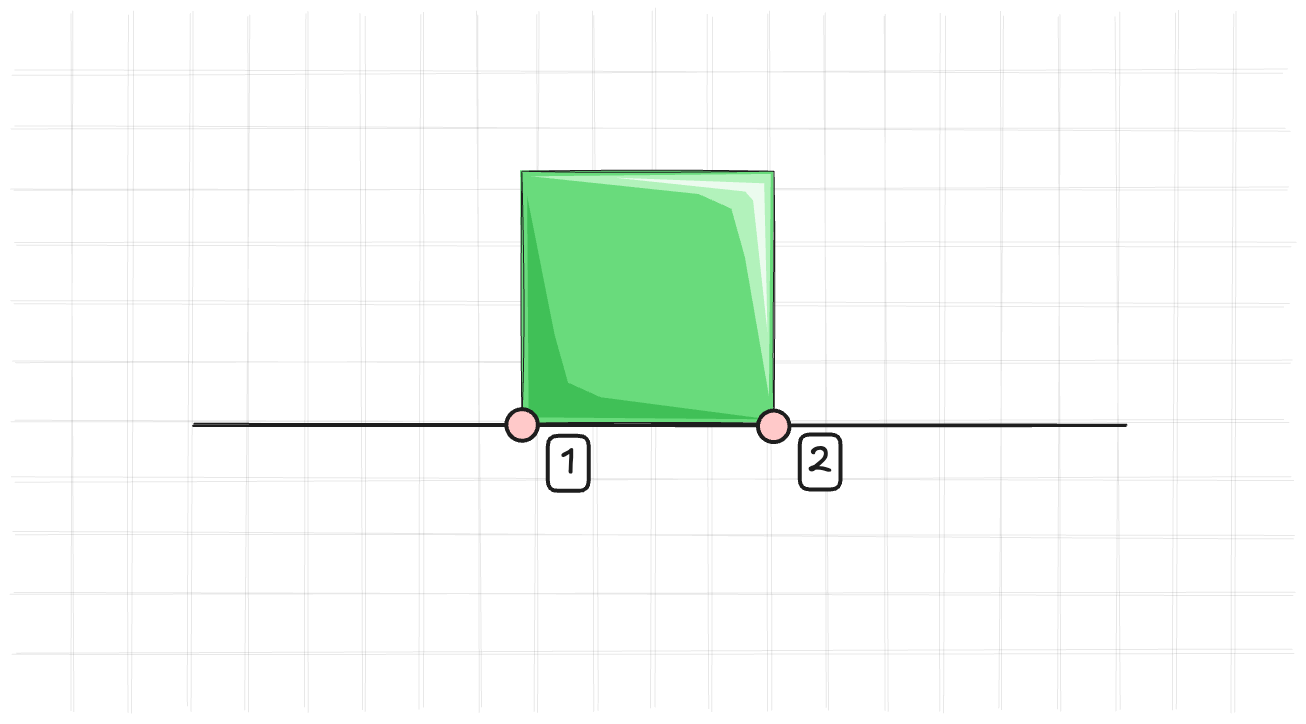
Above: assets/images/constraints/sequential_impulses/cube_on_ground_2.excalidraw.png in kozakromch/game_physics_2 (Excalidraw), before the change. Source tidied: one line per element, renumbered; positions are measured from the earlier drawing's top-left corner, leaving out a move shared by most shapes.
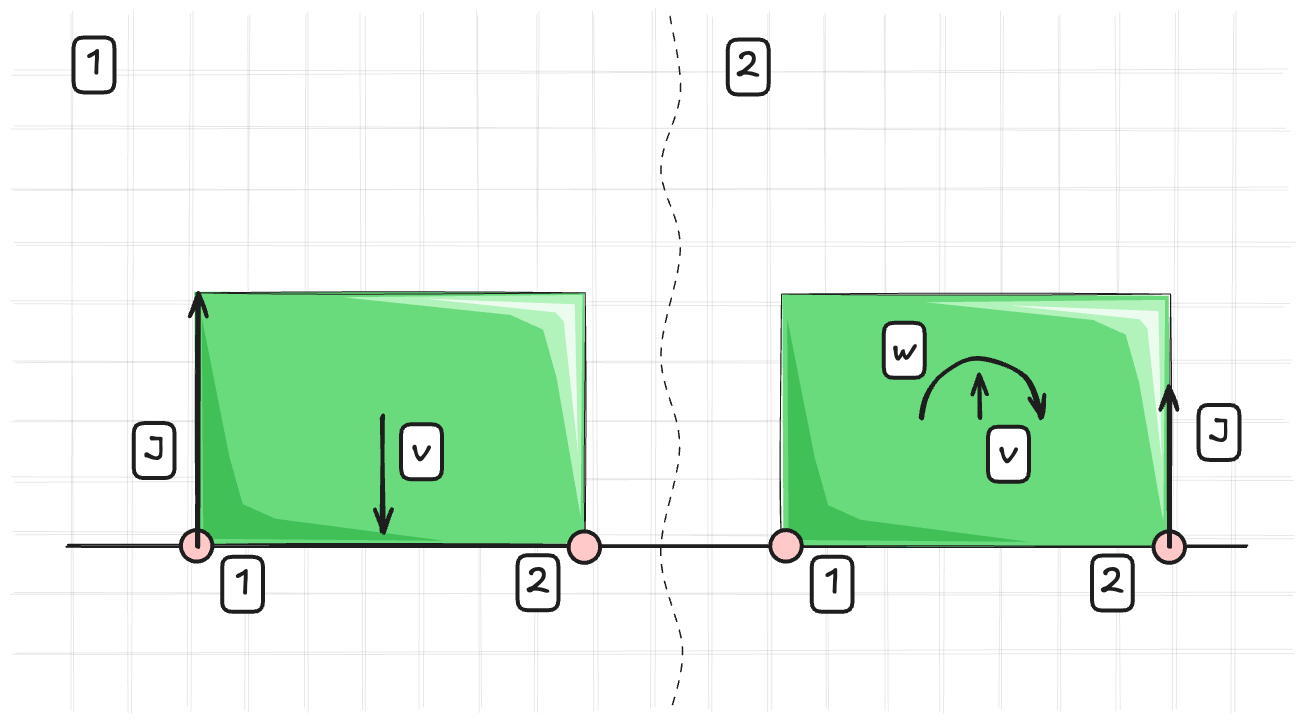
After the change.

Diff of the diagram source:
```diff
@@ -27,17 +27,47 @@
 {"id": 26, "type": "line", "strokeColor": "#1e1e1e", "angle": 1.57, "strokeWidth": 1, "roughness": 2, "opacity": 10, "round": true, "x": 813, "y": 291, "width": 697, "height": 0, "points": [[0, 0], [697, 0]]}
 {"id": 27, "type": "line", "strokeColor": "#1e1e1e", "angle": 1.57, "strokeWidth": 1, "roughness": 2, "opacity": 10, "round": true, "x": 1103, "y": 290, "width": 697, "height": 0, "points": [[0, 0], [697, 0]]}
 {"id": 28, "type": "line", "strokeColor": "#1e1e1e", "angle": 1.57, "strokeWidth": 1, "roughness": 2, "opacity": 10, "round": true, "x": 755, "y": 290, "width": 697, "height": 0, "points": [[0, 0], [697, 0]]}
-{"id": 29, "type": "line", "strokeColor": "#1e1e1e", "angle": 1.57, "strokeWidth": 1, "roughness": 2, "opacity": 10, "round": true, "x": 1045, "y": 291, "width": 697, "height": 0, "points": [[0, 0], [697, 0]]}
+{"id": 29, "type": "line", "strokeColor": "#1e1e1e", "angle": 1.57, "strokeWidth": 1, "roughness": 2, "opacity": 10, "round": true, "x": 1045, "y": 290, "width": 697, "height": 0, "points": [[0, 0], [697, 0]]}
 {"id": 30, "type": "line", "strokeColor": "#1e1e1e", "angle": 1.57, "strokeWidth": 1, "roughness": 2, "opacity": 10, "round": true, "x": 697, "y": 290, "width": 697, "height": 0, "points": [[0, 0], [697, 0]]}
 {"id": 31, "type": "line", "strokeColor": "#1e1e1e", "angle": 1.57, "strokeWidth": 1, "roughness": 2, "opacity": 10, "round": true, "x": 987, "y": 290, "width": 696, "height": 0, "points": [[0, 0], [696, 0]]}
-{"id": 32, "type": "line", "strokeColor": "#1e1e1e", "strokeWidth": 2, "roughness": 1, "round": true, "x": 470, "y": 353, "width": 933, "height": 0, "points": [[0, 0], [933, 0]]}
+{"id": 32, "type": "line", "strokeColor": "#1e1e1e", "strokeWidth": 2, "roughness": 1, "round": true, "x": 344, "y": 474, "width": 1180, "height": 0, "points": [[0, 0], [1180, 0]]}
-{"id": 33, "type": "rectangle", "strokeColor": "#1e1e1e", "backgroundColor": "#69db7c", "fillStyle": "solid", "strokeWidth": 1, "roughness": 1, "x": 798, "y": 100, "width": 252, "height": 252}
+{"id": 33, "type": "rectangle", "strokeColor": "#1e1e1e", "backgroundColor": "#69db7c", "fillStyle": "solid", "strokeWidth": 1, "roughness": 1, "x": 472, "y": 221, "width": 389, "height": 252}
-{"id": 34, "type": "line", "strokeColor": "transparent", "backgroundColor": "#b2f2bb", "fillStyle": "solid", "strokeWidth": 4, "roughness": 0, "x": 807, "y": 105, "width": 240, "height": 222, "points": [[0, 0], [240, -2], [238, 220], [214, 81], [200, 32], [168, 18], [0, 0]]}
+{"id": 34, "type": "line", "strokeColor": "transparent", "backgroundColor": "#b2f2bb", "fillStyle": "solid", "strokeWidth": 4, "roughness": 0, "x": 619, "y": 226, "width": 240, "height": 222, "points": [[0, 0], [240, -2], [238, 220], [214, 81], [200, 32], [168, 18], [0, 0]]}
-{"id": 35, "type": "line", "strokeColor": "transparent", "angle": 3.14, "backgroundColor": "#40c057", "fillStyle": "solid", "strokeWidth": 4, "roughness": 0, "x": 803, "y": 124, "width": 242, "height": 224, "points": [[0, 0], [241, 2], [242, 224], [215, 85], [201, 37], [169, 22], [0, 0]]}
+{"id": 35, "type": "line", "strokeColor": "transparent", "angle": 3.14, "backgroundColor": "#40c057", "fillStyle": "solid", "strokeWidth": 4, "roughness": 0, "x": 478, "y": 246, "width": 242, "height": 224, "points": [[0, 0], [241, 2], [242, 224], [215, 85], [201, 37], [169, 22], [0, 0]]}
-{"id": 36, "type": "line", "strokeColor": "transparent", "backgroundColor": "#ebfbee", "fillStyle": "solid", "strokeWidth": 4, "roughness": 0, "x": 891, "y": 106, "width": 153, "height": 154, "points": [[0, 0], [150, 6], [153, 154], [139, 23], [131, 14], [0, 0]]}
+{"id": 36, "type": "line", "strokeColor": "transparent", "backgroundColor": "#ebfbee", "fillStyle": "solid", "strokeWidth": 4, "roughness": 0, "x": 701, "y": 227, "width": 153, "height": 154, "points": [[0, 0], [150, 6], [153, 154], [139, 23], [131, 14], [0, 0]]}
-{"id": 37, "type": "ellipse", "strokeColor": "#1e1e1e", "backgroundColor": "#ffc9c9", "fillStyle": "solid", "strokeWidth": 4, "roughness": 0, "x": 783, "y": 338, "width": 32, "height": 32}
+{"id": 37, "type": "ellipse", "strokeColor": "#1e1e1e", "backgroundColor": "#ffc9c9", "fillStyle": "solid", "strokeWidth": 4, "roughness": 0, "x": 457, "y": 458, "width": 32, "height": 32}
-{"id": 38, "type": "ellipse", "strokeColor": "#1e1e1e", "backgroundColor": "#ffc9c9", "fillStyle": "solid", "strokeWidth": 4, "roughness": 0, "x": 1034, "y": 339, "width": 32, "height": 32}
+{"id": 38, "type": "ellipse", "strokeColor": "#1e1e1e", "backgroundColor": "#ffc9c9", "fillStyle": "solid", "strokeWidth": 4, "roughness": 0, "x": 845, "y": 460, "width": 32, "height": 32}
-{"id": 39, "type": "rectangle", "strokeColor": "#1e1e1e", "backgroundColor": "#ffffff", "fillStyle": "solid", "strokeWidth": 4, "roughness": 0, "round": true, "x": 824, "y": 364, "width": 41, "height": 55}
+{"id": 39, "type": "rectangle", "strokeColor": "#1e1e1e", "backgroundColor": "#ffffff", "fillStyle": "solid", "strokeWidth": 4, "roughness": 0, "round": true, "x": 498, "y": 485, "width": 41, "height": 55}
-{"id": 40, "type": "text", "text": "1", "strokeColor": "#1e1e1e", "backgroundColor": "#ffffff", "fillStyle": "solid", "strokeWidth": 4, "roughness": 0, "fontSize": 36, "fontFamily": 5, "textAlign": "center", "verticalAlign": "middle", "inside": 39, "x": 837, "y": 369, "width": 15, "height": 45}
+{"id": 40, "type": "text", "text": "1", "strokeColor": "#1e1e1e", "backgroundColor": "#ffffff", "fillStyle": "solid", "strokeWidth": 4, "roughness": 0, "fontSize": 36, "fontFamily": 5, "textAlign": "center", "verticalAlign": "middle", "inside": 39, "x": 511, "y": 490, "width": 15, "height": 45}
-{"id": 41, "type": "rectangle", "strokeColor": "#1e1e1e", "backgroundColor": "#ffffff", "fillStyle": "solid", "strokeWidth": 4, "roughness": 0, "round": true, "x": 1076, "y": 363, "width": 41, "height": 55}
+{"id": 41, "type": "rectangle", "strokeColor": "#1e1e1e", "backgroundColor": "#ffffff", "fillStyle": "solid", "strokeWidth": 4, "roughness": 0, "round": true, "x": 794, "y": 484, "width": 41, "height": 55}
-{"id": 42, "type": "text", "text": "2", "strokeColor": "#1e1e1e", "backgroundColor": "#ffffff", "fillStyle": "solid", "strokeWidth": 4, "roughness": 0, "fontSize": 36, "fontFamily": 5, "textAlign": "center", "verticalAlign": "middle", "inside": 41, "x": 1084, "y": 368, "width": 25, "height": 45}
+{"id": 42, "type": "text", "text": "2", "strokeColor": "#1e1e1e", "backgroundColor": "#ffffff", "fillStyle": "solid", "strokeWidth": 4, "roughness": 0, "fontSize": 36, "fontFamily": 5, "textAlign": "center", "verticalAlign": "middle", "inside": 41, "x": 802, "y": 489, "width": 25, "height": 45}
+{"id": 43, "type": "rectangle", "strokeColor": "#1e1e1e", "backgroundColor": "#ffffff", "fillStyle": "solid", "strokeWidth": 4, "roughness": 0, "round": true, "x": 1088, "y": 485, "width": 41, "height": 55}
+{"id": 44, "type": "text", "text": "1", "strokeColor": "#1e1e1e", "backgroundColor": "#ffffff", "fillStyle": "solid", "strokeWidth": 4, "roughness": 0, "fontSize": 36, "fontFamily": 5, "textAlign": "center", "verticalAlign": "middle", "inside": 43, "x": 1101, "y": 490, "width": 15, "height": 45}
+{"id": 45, "type": "rectangle", "strokeColor": "#1e1e1e", "backgroundColor": "#ffffff", "fillStyle": "solid", "strokeWidth": 4, "roughness": 0, "round": true, "x": 1368, "y": 484, "width": 41, "height": 55}
+{"id": 46, "type": "text", "text": "2", "strokeColor": "#1e1e1e", "backgroundColor": "#ffffff", "fillStyle": "solid", "strokeWidth": 4, "roughness": 0, "fontSize": 36, "fontFamily": 5, "textAlign": "center", "verticalAlign": "middle", "inside": 45, "x": 1376, "y": 489, "width": 25, "height": 45}
+{"id": 47, "type": "line", "strokeColor": "#1e1e1e", "strokeWidth": 1, "strokeStyle": "dashed", "roughness": 1, "round": true, "x": 947, "y": -56, "width": 21, "height": 693, "points": [[0, 0], [11, 77], [-11, 154], [11, 231], [-11, 339], [9, 431], [-11, 539], [11, 631], [0, 693]]}
+{"id": 48, "type": "rectangle", "strokeColor": "#1e1e1e", "backgroundColor": "#69db7c", "fillStyle": "solid", "strokeWidth": 1, "roughness": 1, "x": 1058, "y": 222, "width": 389, "height": 252}
+{"id": 49, "type": "line", "strokeColor": "transparent", "angle": 3.14, "backgroundColor": "#40c057", "fillStyle": "solid", "strokeWidth": 4, "roughness": 0, "x": 1063, "y": 247, "width": 242, "height": 224, "points": [[0, 0], [241, 2], [242, 224], [215, 85], [201, 37], [169, 22], [0, 0]]}
+{"id": 50, "type": "line", "strokeColor": "transparent", "backgroundColor": "#b2f2bb", "fillStyle": "solid", "strokeWidth": 4, "roughness": 0, "x": 1202, "y": 231, "width": 240, "height": 222, "points": [[0, 0], [240, -2], [238, 220], [214, 81], [200, 32], [168, 18], [0, 0]]}
+{"id": 51, "type": "line", "strokeColor": "transparent", "backgroundColor": "#ebfbee", "fillStyle": "solid", "strokeWidth": 4, "roughness": 0, "x": 1285, "y": 234, "width": 153, "height": 154, "points": [[0, 0], [150, 6], [153, 154], [139, 23], [131, 14], [0, 0]]}
+{"id": 52, "type": "ellipse", "strokeColor": "#1e1e1e", "backgroundColor": "#ffc9c9", "fillStyle": "solid", "strokeWidth": 4, "roughness": 0, "x": 1047, "y": 458, "width": 32, "height": 32}
+{"id": 53, "type": "ellipse", "strokeColor": "#1e1e1e", "backgroundColor": "#ffc9c9", "fillStyle": "solid", "strokeWidth": 4, "roughness": 0, "x": 1430, "y": 460, "width": 32, "height": 32}
+{"id": 54, "type": "arrow", "strokeColor": "#1e1e1e", "strokeWidth": 4, "roughness": 1, "endArrowhead": "arrow", "round": true, "from": 37, "to": 33, "x": 474, "y": 475, "width": 0, "height": 252, "points": [[0, 0], [0, -252]]}
+{"id": 55, "type": "arrow", "strokeColor": "#1e1e1e", "strokeWidth": 4, "roughness": 1, "endArrowhead": "arrow", "round": true, "from": 33, "x": 658, "y": 344, "width": 0, "height": 115, "points": [[0, 0], [0, 115]]}
+{"id": 56, "type": "rectangle", "strokeColor": "#1e1e1e", "backgroundColor": "#ffffff", "fillStyle": "solid", "strokeWidth": 4, "roughness": 0, "round": true, "x": 410, "y": 351, "width": 41, "height": 55}
+{"id": 57, "type": "text", "text": "J", "strokeColor": "#1e1e1e", "backgroundColor": "#ffffff", "fillStyle": "solid", "strokeWidth": 4, "roughness": 0, "fontSize": 36, "fontFamily": 5, "textAlign": "center", "verticalAlign": "middle", "inside": 56, "x": 420, "y": 356, "width": 20, "height": 45}
+{"id": 58, "type": "arrow", "strokeColor": "#1e1e1e", "strokeWidth": 4, "roughness": 1, "endArrowhead": "arrow", "round": true, "from": 48, "x": 1256, "y": 346, "width": 0, "height": 43, "points": [[0, 0], [0, -43]]}
+{"id": 59, "type": "arrow", "strokeColor": "#1e1e1e", "strokeWidth": 4, "roughness": 1, "endArrowhead": "arrow", "round": true, "x": 1198, "y": 347, "width": 119, "height": 60, "points": [[0, 0], [5, -24], [22, -46], [57, -60], [103, -42], [119, 0]]}
+{"id": 60, "type": "rectangle", "strokeColor": "#1e1e1e", "backgroundColor": "#ffffff", "fillStyle": "solid", "strokeWidth": 4, "roughness": 0, "round": true, "x": 677, "y": 353, "width": 41, "height": 55}
+{"id": 61, "type": "text", "text": "v", "strokeColor": "#1e1e1e", "backgroundColor": "#ffffff", "fillStyle": "solid", "strokeWidth": 4, "roughness": 0, "fontSize": 36, "fontFamily": 5, "textAlign": "center", "verticalAlign": "middle", "inside": 60, "x": 688, "y": 358, "width": 19, "height": 45}
+{"id": 62, "type": "rectangle", "strokeColor": "#1e1e1e", "backgroundColor": "#ffffff", "fillStyle": "solid", "strokeWidth": 4, "roughness": 0, "round": true, "x": 1264, "y": 355, "width": 41, "height": 55}
+{"id": 63, "type": "text", "text": "v", "strokeColor": "#1e1e1e", "backgroundColor": "#ffffff", "fillStyle": "solid", "strokeWidth": 4, "roughness": 0, "fontSize": 36, "fontFamily": 5, "textAlign": "center", "verticalAlign": "middle", "inside": 62, "x": 1275, "y": 360, "width": 19, "height": 45}
+{"id": 64, "type": "rectangle", "strokeColor": "#1e1e1e", "backgroundColor": "#ffffff", "fillStyle": "solid", "strokeWidth": 4, "roughness": 0, "round": true, "x": 1160, "y": 251, "width": 41, "height": 55}
+{"id": 65, "type": "text", "text": "w", "strokeColor": "#1e1e1e", "backgroundColor": "#ffffff", "fillStyle": "solid", "strokeWidth": 4, "roughness": 0, "fontSize": 36, "fontFamily": 5, "textAlign": "center", "verticalAlign": "middle", "inside": 64, "x": 1168, "y": 256, "width": 25, "height": 45}
+{"id": 66, "type": "arrow", "strokeColor": "#1e1e1e", "backgroundColor": "#a5d8ff", "fillStyle": "solid", "strokeWidth": 4, "roughness": 1, "endArrowhead": "arrow", "round": true, "from": 53, "to": 48, "x": 1446, "y": 474, "width": 1, "height": 159, "points": [[0, 0], [1, -159]]}
+{"id": 67, "type": "rectangle", "strokeColor": "#1e1e1e", "backgroundColor": "#ffffff", "fillStyle": "solid", "strokeWidth": 4, "roughness": 0, "round": true, "x": 1475, "y": 333, "width": 41, "height": 55}
+{"id": 68, "type": "text", "text": "J", "strokeColor": "#1e1e1e", "backgroundColor": "#ffffff", "fillStyle": "solid", "strokeWidth": 4, "roughness": 0, "fontSize": 36, "fontFamily": 5, "textAlign": "center", "verticalAlign": "middle", "inside": 67, "x": 1485, "y": 338, "width": 20, "height": 45}
+{"id": 69, "type": "rectangle", "strokeColor": "#1e1e1e", "backgroundColor": "#ffffff", "fillStyle": "solid", "strokeWidth": 4, "roughness": 0, "round": true, "x": 350, "y": -34, "width": 41, "height": 55}
+{"id": 70, "type": "text", "text": "1", "strokeColor": "#1e1e1e", "backgroundColor": "#ffffff", "fillStyle": "solid", "strokeWidth": 4, "roughness": 0, "fontSize": 36, "fontFamily": 5, "textAlign": "center", "verticalAlign": "middle", "inside": 69, "x": 363, "y": -29, "width": 15, "height": 45}
+{"id": 71, "type": "rectangle", "strokeColor": "#1e1e1e", "backgroundColor": "#ffffff", "fillStyle": "solid", "strokeWidth": 4, "roughness": 0, "round": true, "x": 1004, "y": -32, "width": 41, "height": 55}
+{"id": 72, "type": "text", "text": "2", "strokeColor": "#1e1e1e", "backgroundColor": "#ffffff", "fillStyle": "solid", "strokeWidth": 4, "roughness": 0, "fontSize": 36, "fontFamily": 5, "textAlign": "center", "verticalAlign": "middle", "inside": 71, "x": 1012, "y": -27, "width": 25, "height": 45}
```
